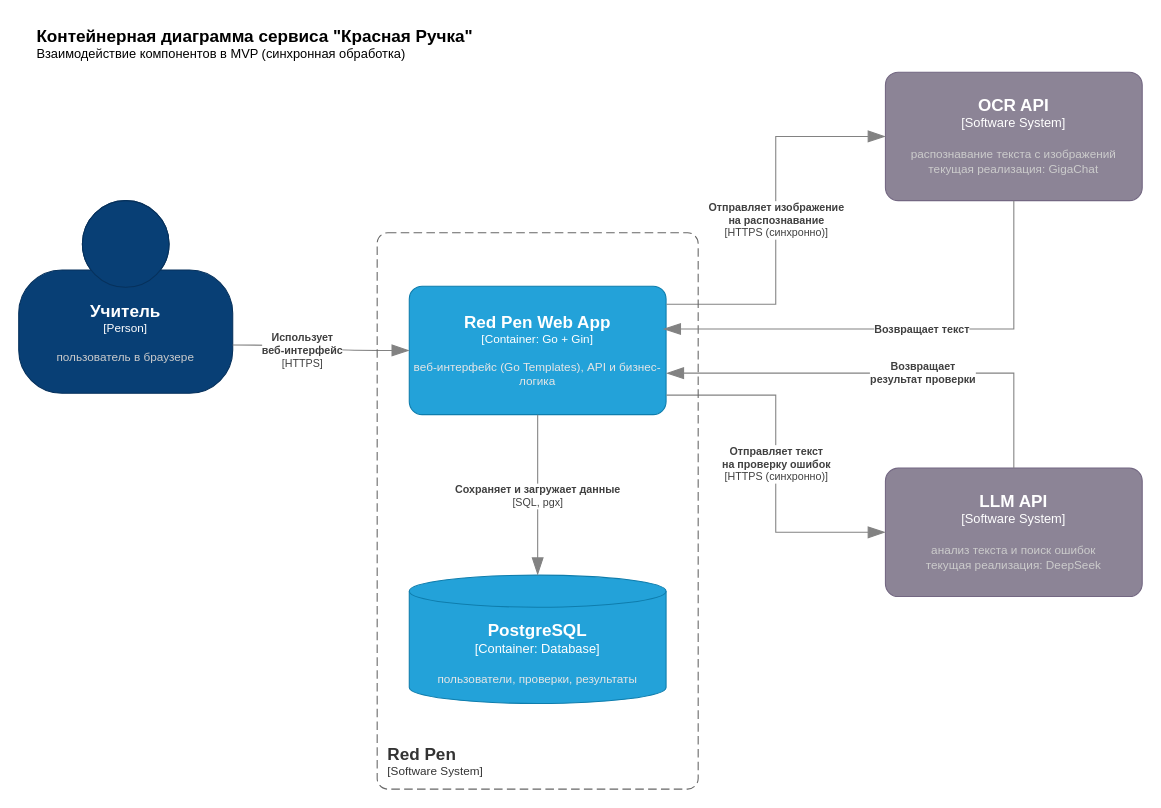
This is docs/analysis/container-diagram.drawio.xml from 4vertak/redpen-checker, a draw.io file, before an edit. Source tidied: cells renumbered, new cells numbered last; positions are measured from the earlier drawing's top-left corner, leaving out a move shared by most shapes. Both pictures are drawn from the tidied source at 107%, with x=0, y=0 at pixel (18, 18).
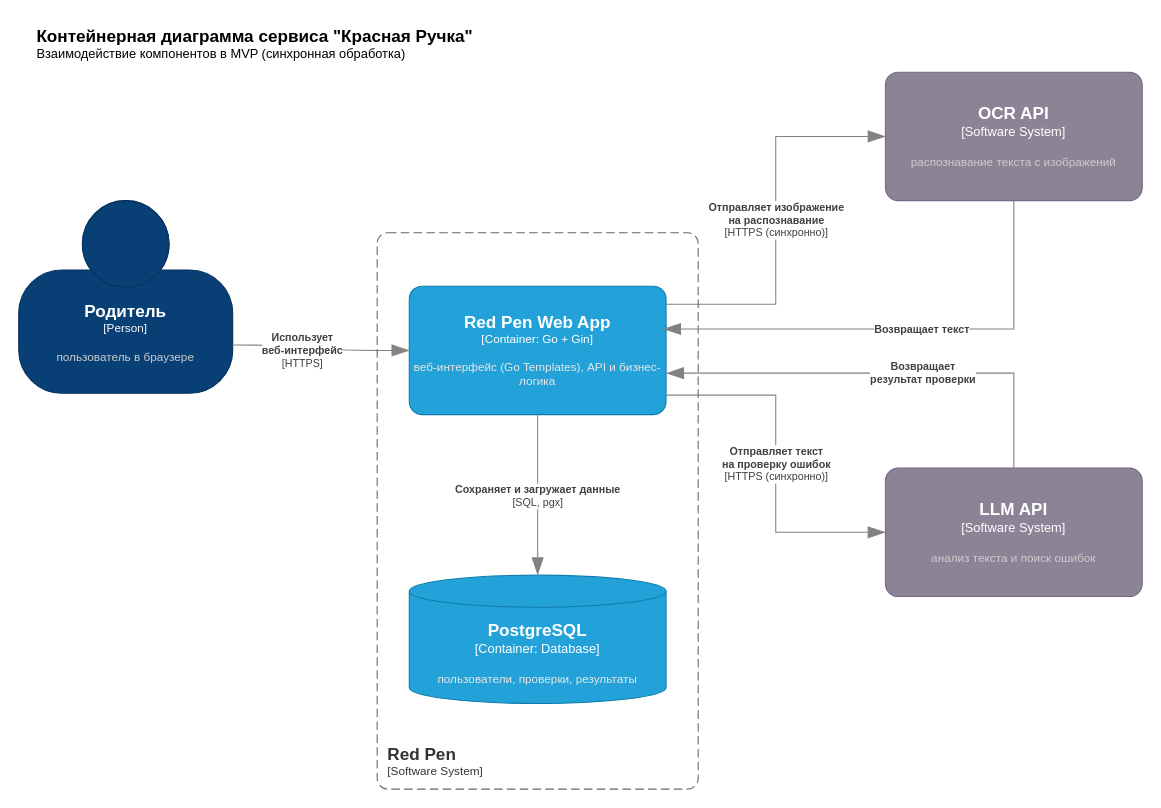
Above is the later version.

What changed in the source:
```diff
@@
-    <object id="2" label="&lt;font style=&quot;font-size: 16px&quot;&gt;&lt;b&gt;%c4Name%&lt;/b&gt;&lt;/font&gt;&lt;div&gt;[%c4Type%]&lt;/div&gt;&lt;br&gt;&lt;div&gt;&lt;font style=&quot;font-size: 11px&quot;&gt;&lt;font color=&quot;#cccccc&quot;&gt;%c4Description%&lt;/font&gt;&lt;/div&gt;" c4Description="пользователь в браузере" c4Name="Учитель" c4Type="Person" placeholders="1">
+    <object id="2" label="&lt;font style=&quot;font-size: 16px&quot;&gt;&lt;b&gt;%c4Name%&lt;/b&gt;&lt;/font&gt;&lt;div&gt;[%c4Type%]&lt;/div&gt;&lt;br&gt;&lt;div&gt;&lt;font style=&quot;font-size: 11px&quot;&gt;&lt;font color=&quot;#cccccc&quot;&gt;%c4Description%&lt;/font&gt;&lt;/div&gt;" c4Description="пользователь в браузере" c4Name="Родитель" c4Type="Person" placeholders="1">
       <mxCell style="html=1;fontSize=11;dashed=0;whiteSpace=wrap;fillColor=#083F75;strokeColor=#06315C;fontColor=#ffffff;shape=mxgraph.c4.person2;align=center;points=[[0.5,0,0],[1,0.5,0],[1,0.75,0],[0.75,1,0],[0.5,1,0],[0.25,1,0],[0,0.75,0],[0,0.5,0]];" parent="1" vertex="1">
         <mxGeometry y="170" width="200" height="180" as="geometry" />
       </mxCell>
     </object>
@@
-    <object id="4" label="&lt;font style=&quot;font-size: 16px&quot;&gt;&lt;b&gt;%c4Name%&lt;/b&gt;&lt;/font&gt;&lt;div&gt;[%c4Type%]&lt;/div&gt;&lt;br&gt;&lt;div&gt;&lt;font style=&quot;font-size: 11px&quot;&gt;&lt;font color=&quot;#cccccc&quot;&gt;%c4Description%&lt;/font&gt;&lt;/div&gt;" c4Description="распознавание текста с изображений&#10;текущая реализация: GigaChat" c4Name="OCR API" c4Type="Software System" placeholders="1">
+    <object id="4" label="&lt;font style=&quot;font-size: 16px&quot;&gt;&lt;b&gt;%c4Name%&lt;/b&gt;&lt;/font&gt;&lt;div&gt;[%c4Type%]&lt;/div&gt;&lt;br&gt;&lt;div&gt;&lt;font style=&quot;font-size: 11px&quot;&gt;&lt;font color=&quot;#cccccc&quot;&gt;%c4Description%&lt;/font&gt;&lt;/div&gt;" c4Description="распознавание текста с изображений" c4Name="OCR API" c4Type="Software System" placeholders="1">
       <mxCell style="rounded=1;whiteSpace=wrap;html=1;labelBackgroundColor=none;fillColor=#8C8496;fontColor=#ffffff;align=center;arcSize=10;strokeColor=#736782;points=[[0.25,0,0],[0.5,0,0],[0.75,0,0],[1,0.25,0],[1,0.5,0],[1,0.75,0],[0.75,1,0],[0.5,1,0],[0.25,1,0],[0,0.75,0],[0,0.5,0],[0,0.25,0]];" parent="1" vertex="1">
         <mxGeometry x="810" y="50" width="240" height="120" as="geometry" />
       </mxCell>
     </object>
-    <object id="5" label="&lt;font style=&quot;font-size: 16px&quot;&gt;&lt;b&gt;%c4Name%&lt;/b&gt;&lt;/font&gt;&lt;div&gt;[%c4Type%]&lt;/div&gt;&lt;br&gt;&lt;div&gt;&lt;font style=&quot;font-size: 11px&quot;&gt;&lt;font color=&quot;#cccccc&quot;&gt;%c4Description%&lt;/font&gt;&lt;/div&gt;" c4Description="анализ текста и поиск ошибок&#10;текущая реализация: DeepSeek" c4Name="LLM API" c4Type="Software System" placeholders="1">
+    <object id="5" label="&lt;font style=&quot;font-size: 16px&quot;&gt;&lt;b&gt;%c4Name%&lt;/b&gt;&lt;/font&gt;&lt;div&gt;[%c4Type%]&lt;/div&gt;&lt;br&gt;&lt;div&gt;&lt;font style=&quot;font-size: 11px&quot;&gt;&lt;font color=&quot;#cccccc&quot;&gt;%c4Description%&lt;/font&gt;&lt;/div&gt;" c4Description="анализ текста и поиск ошибок" c4Name="LLM API" c4Type="Software System" placeholders="1">
       <mxCell style="rounded=1;whiteSpace=wrap;html=1;labelBackgroundColor=none;fillColor=#8C8496;fontColor=#ffffff;align=center;arcSize=10;strokeColor=#736782;points=[[0.25,0,0],[0.5,0,0],[0.75,0,0],[1,0.25,0],[1,0.5,0],[1,0.75,0],[0.75,1,0],[0.5,1,0],[0.25,1,0],[0,0.75,0],[0,0.5,0],[0,0.25,0]];" parent="1" vertex="1">
         <mxGeometry x="810" y="420" width="240" height="120" as="geometry" />
       </mxCell>
     </object>
```
